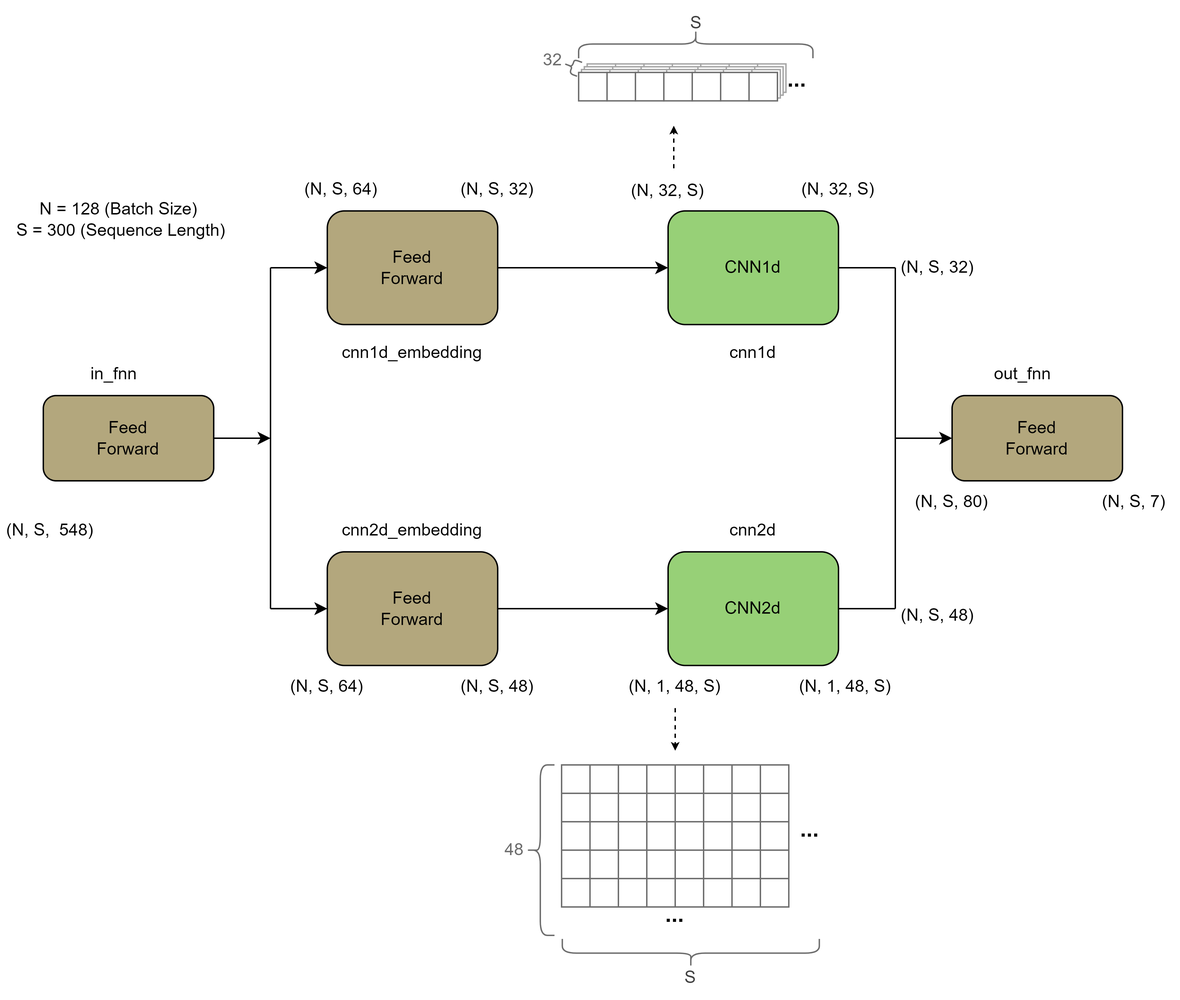
Earlier version of the draw.io export report/cnn classifier.drawio.png (brn-dev/mlpc-ue-2023-team-ugly). Source tidied: cells renumbered, new cells last; positions are measured from the earlier drawing's top-left corner, leaving out a move shared by most shapes.
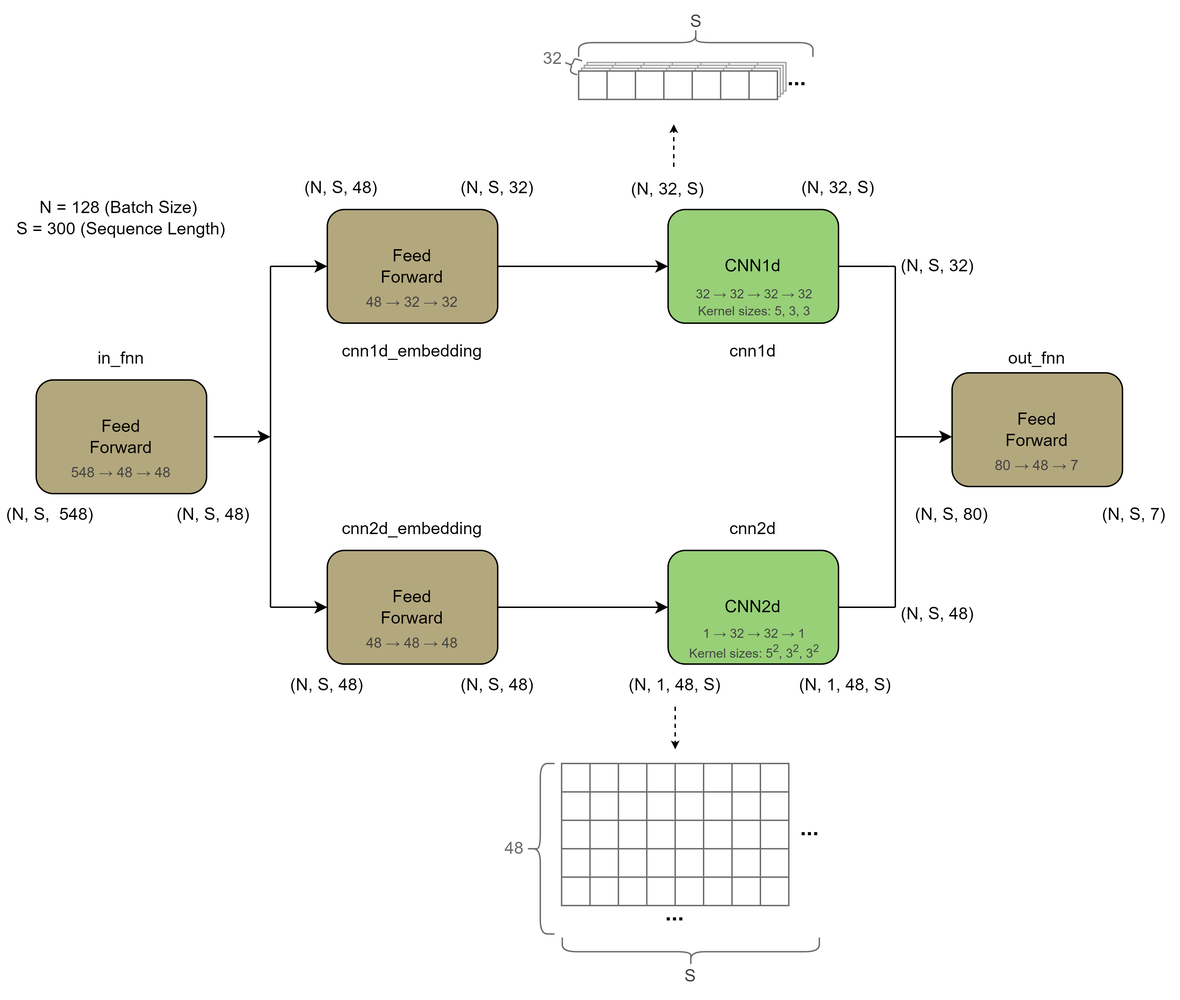
Above is the later version.

Commit message:
Fix import for species_classifier

Diff of the diagram source:
```diff
@@ -2,6 +2,9 @@
   <root>
     <mxCell id="0" />
     <mxCell id="1" parent="0" />
+    <mxCell id="119" value="&lt;div style=&quot;border-color: var(--border-color);&quot;&gt;Feed&lt;/div&gt;&lt;div style=&quot;border-color: var(--border-color);&quot;&gt;Forward&lt;/div&gt;" style="rounded=1;whiteSpace=wrap;html=1;fillColor=#B3A77D;" parent="1" vertex="1">
+      <mxGeometry x="25" y="320" width="120" height="80" as="geometry" />
+    </mxCell>
     <mxCell id="2" style="rounded=0;whiteSpace=wrap;html=1;strokeColor=#A6A6A6;" parent="1" vertex="1">
       <mxGeometry x="413" y="96.5" width="20" height="20" as="geometry" />
     </mxCell>
@@ -65,9 +68,6 @@
     <mxCell id="22" style="rounded=0;whiteSpace=wrap;html=1;strokeColor=#A6A6A6;" parent="1" vertex="1">
       <mxGeometry x="469" y="100.5" width="20" height="20" as="geometry" />
     </mxCell>
-    <mxCell id="23" value="&lt;div&gt;Feed&lt;/div&gt;&lt;div&gt;Forward&lt;/div&gt;" style="rounded=1;whiteSpace=wrap;html=1;fillColor=#B3A77D;" parent="1" vertex="1">
-      <mxGeometry x="30" y="330" width="120" height="60" as="geometry" />
-    </mxCell>
     <mxCell id="24" value="&lt;div style=&quot;border-color: var(--border-color);&quot;&gt;Feed&lt;/div&gt;&lt;div style=&quot;border-color: var(--border-color);&quot;&gt;Forward&lt;/div&gt;" style="rounded=1;whiteSpace=wrap;html=1;fillColor=#B3A77D;" parent="1" vertex="1">
       <mxGeometry x="230" y="200" width="120" height="80" as="geometry" />
     </mxCell>
@@ -80,9 +80,6 @@
     <mxCell id="27" value="CNN2d" style="rounded=1;whiteSpace=wrap;html=1;fillColor=#97D077;" parent="1" vertex="1">
       <mxGeometry x="470" y="440" width="120" height="80" as="geometry" />
     </mxCell>
-    <mxCell id="28" value="&lt;div style=&quot;border-color: var(--border-color);&quot;&gt;Feed&lt;/div&gt;&lt;div style=&quot;border-color: var(--border-color);&quot;&gt;Forward&lt;/div&gt;" style="rounded=1;whiteSpace=wrap;html=1;fillColor=#B3A77D;" parent="1" vertex="1">
-      <mxGeometry x="670" y="330" width="120" height="60" as="geometry" />
-    </mxCell>
     <mxCell id="29" style="endArrow=classic;html=1;rounded=0;" parent="1" edge="1">
       <mxGeometry relative="1" as="geometry">
         <mxPoint x="190" y="240" as="sourcePoint" />
@@ -141,21 +138,22 @@
         <mxPoint x="190" y="360" as="targetPoint" />
       </mxGeometry>
     </mxCell>
-    <mxCell id="38" style="endArrow=classic;html=1;rounded=0;entryX=0;entryY=0.5;entryDx=0;entryDy=0;" parent="1" edge="1" target="28">
+    <mxCell id="38" style="endArrow=classic;html=1;rounded=0;entryX=0;entryY=0.5;entryDx=0;entryDy=0;" parent="1" edge="1">
       <mxGeometry relative="1" as="geometry">
         <mxPoint x="630" y="360" as="sourcePoint" />
+        <mxPoint x="670" y="360" as="targetPoint" />
       </mxGeometry>
     </mxCell>
     <mxCell id="39" value="in_fnn" style="text;html=1;strokeColor=none;fillColor=none;align=center;verticalAlign=middle;whiteSpace=wrap;rounded=0;" parent="1" vertex="1">
-      <mxGeometry x="50" y="300" width="60" height="30" as="geometry" />
+      <mxGeometry x="55" y="290" width="60" height="30" as="geometry" />
     </mxCell>
     <mxCell id="40" value="out_fnn" style="text;html=1;strokeColor=none;fillColor=none;align=center;verticalAlign=middle;whiteSpace=wrap;rounded=0;" parent="1" vertex="1">
-      <mxGeometry x="690" y="300" width="60" height="30" as="geometry" />
+      <mxGeometry x="700" y="290" width="60" height="30" as="geometry" />
     </mxCell>
     <mxCell id="41" value="(N, S,&amp;nbsp; 548)" style="text;html=1;strokeColor=none;fillColor=none;align=center;verticalAlign=middle;whiteSpace=wrap;rounded=0;" parent="1" vertex="1">
-      <mxGeometry y="410" width="70" height="30" as="geometry" />
+      <mxGeometry y="400" width="70" height="30" as="geometry" />
     </mxCell>
-    <mxCell id="42" value="(N, S, 64)" style="text;html=1;strokeColor=none;fillColor=none;align=center;verticalAlign=middle;whiteSpace=wrap;rounded=0;" parent="1" vertex="1">
+    <mxCell id="42" value="(N, S, 48)" style="text;html=1;strokeColor=none;fillColor=none;align=center;verticalAlign=middle;whiteSpace=wrap;rounded=0;" parent="1" vertex="1">
       <mxGeometry x="200" y="520" width="60" height="30" as="geometry" />
     </mxCell>
     <mxCell id="43" value="N = 128 (Batch Size)&amp;nbsp;&lt;br&gt;S = 300 (Sequence Length)" style="text;html=1;strokeColor=none;fillColor=none;align=center;verticalAlign=middle;whiteSpace=wrap;rounded=0;" parent="1" vertex="1">
@@ -192,12 +190,12 @@
       <mxGeometry x="630" y="225" width="60" height="30" as="geometry" />
     </mxCell>
     <mxCell id="54" value="(N, S, 80)" style="text;html=1;strokeColor=none;fillColor=none;align=center;verticalAlign=middle;whiteSpace=wrap;rounded=0;" parent="1" vertex="1">
-      <mxGeometry x="640" y="390" width="60" height="30" as="geometry" />
+      <mxGeometry x="640" y="400" width="60" height="30" as="geometry" />
     </mxCell>
     <mxCell id="55" value="(N, S, 7)&amp;nbsp;" style="text;html=1;strokeColor=none;fillColor=none;align=center;verticalAlign=middle;whiteSpace=wrap;rounded=0;" parent="1" vertex="1">
-      <mxGeometry x="770" y="390" width="60" height="30" as="geometry" />
+      <mxGeometry x="770" y="400" width="60" height="30" as="geometry" />
     </mxCell>
-    <mxCell id="56" value="(N, S, 64)" style="text;html=1;strokeColor=none;fillColor=none;align=center;verticalAlign=middle;whiteSpace=wrap;rounded=0;" parent="1" vertex="1">
+    <mxCell id="56" value="(N, S, 48)" style="text;html=1;strokeColor=none;fillColor=none;align=center;verticalAlign=middle;whiteSpace=wrap;rounded=0;" parent="1" vertex="1">
       <mxGeometry x="210" y="170" width="60" height="30" as="geometry" />
     </mxCell>
     <mxCell id="57" value="cnn1d_embedding" style="text;html=1;strokeColor=none;fillColor=none;align=center;verticalAlign=middle;whiteSpace=wrap;rounded=0;" parent="1" vertex="1">
@@ -391,5 +389,29 @@
         <mxPoint x="474" y="140" as="targetPoint" />
       </mxGeometry>
     </mxCell>
+    <mxCell id="120" value="(N, S, 48)" style="text;html=1;strokeColor=none;fillColor=none;align=center;verticalAlign=middle;whiteSpace=wrap;rounded=0;" parent="1" vertex="1">
+      <mxGeometry x="120" y="400" width="60" height="30" as="geometry" />
+    </mxCell>
+    <mxCell id="121" value="548&amp;nbsp;→ 48&amp;nbsp;→ 48" style="text;html=1;strokeColor=none;fillColor=none;align=center;verticalAlign=middle;whiteSpace=wrap;rounded=0;fontColor=#424242;fontSize=10;" parent="1" vertex="1">
+      <mxGeometry x="25" y="370" width="120" height="30" as="geometry" />
+    </mxCell>
+    <mxCell id="122" value="48 → 32 → 32" style="text;html=1;strokeColor=none;fillColor=none;align=center;verticalAlign=middle;whiteSpace=wrap;rounded=0;fontColor=#424242;fontSize=10;" parent="1" vertex="1">
+      <mxGeometry x="230" y="250" width="120" height="30" as="geometry" />
+    </mxCell>
+    <mxCell id="123" value="48 → 48 → 48" style="text;html=1;strokeColor=none;fillColor=none;align=center;verticalAlign=middle;whiteSpace=wrap;rounded=0;fontColor=#424242;fontSize=10;" parent="1" vertex="1">
+      <mxGeometry x="230" y="490" width="120" height="30" as="geometry" />
+    </mxCell>
+    <mxCell id="124" value="&lt;font style=&quot;font-size: 9px;&quot;&gt;32 → 32 → 32&amp;nbsp;&lt;/font&gt;&lt;span style=&quot;font-size: 9px;&quot;&gt;→ 32&lt;br&gt;Kernel sizes: 5, 3, 3&lt;br&gt;&lt;/span&gt;" style="text;html=1;strokeColor=none;fillColor=none;align=center;verticalAlign=middle;whiteSpace=wrap;rounded=0;fontColor=#424242;fontSize=10;" parent="1" vertex="1">
+      <mxGeometry x="471" y="250" width="120" height="30" as="geometry" />
+    </mxCell>
+    <mxCell id="125" value="&lt;font style=&quot;font-size: 9px;&quot;&gt;1 → 32 → 32&amp;nbsp;&lt;/font&gt;&lt;span style=&quot;font-size: 9px;&quot;&gt;→ 1&lt;br&gt;Kernel sizes: 5&lt;sup&gt;2&lt;/sup&gt;, 3&lt;sup&gt;2&lt;/sup&gt;, 3&lt;sup&gt;2&lt;/sup&gt;&lt;br&gt;&lt;/span&gt;" style="text;html=1;strokeColor=none;fillColor=none;align=center;verticalAlign=middle;whiteSpace=wrap;rounded=0;fontColor=#424242;fontSize=10;" parent="1" vertex="1">
+      <mxGeometry x="471" y="490" width="120" height="30" as="geometry" />
+    </mxCell>
+    <mxCell id="126" value="&lt;div style=&quot;border-color: var(--border-color);&quot;&gt;Feed&lt;/div&gt;&lt;div style=&quot;border-color: var(--border-color);&quot;&gt;Forward&lt;/div&gt;" style="rounded=1;whiteSpace=wrap;html=1;fillColor=#B3A77D;" parent="1" vertex="1">
+      <mxGeometry x="670" y="315" width="120" height="80" as="geometry" />
+    </mxCell>
+    <mxCell id="127" value="80 → 48&amp;nbsp;→ 7" style="text;html=1;strokeColor=none;fillColor=none;align=center;verticalAlign=middle;whiteSpace=wrap;rounded=0;fontColor=#424242;fontSize=10;" parent="1" vertex="1">
+      <mxGeometry x="670" y="365" width="120" height="30" as="geometry" />
+    </mxCell>
   </root>
 </mxGraphModel>
```
